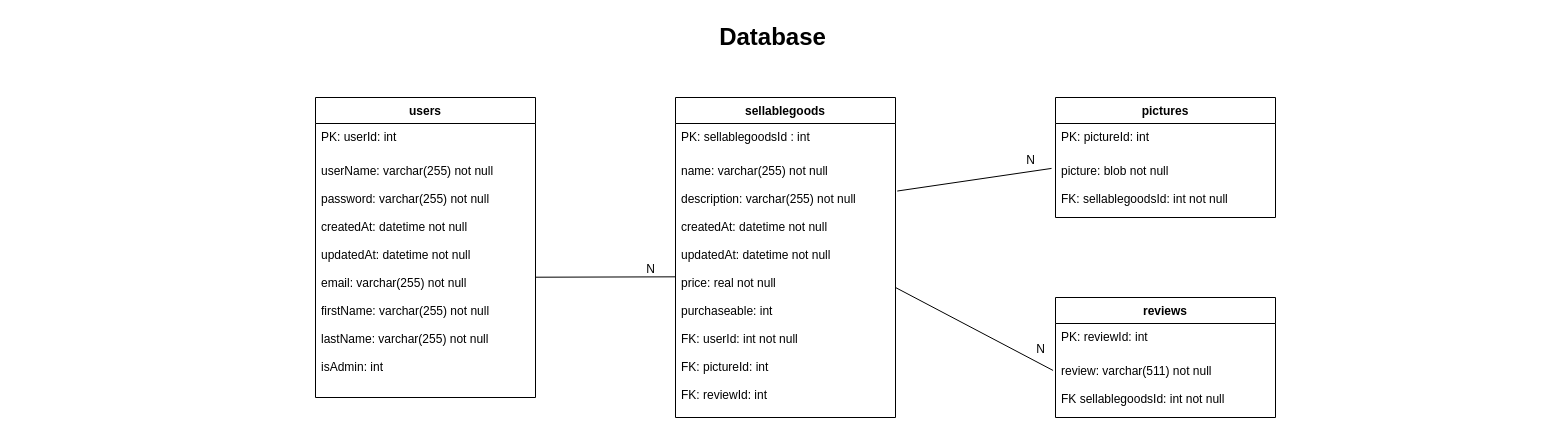
scg-unibe-ch/ese2020-team5 keeps this draw.io diagram as documentation/Database.drawio. Above is the earlier version. Source tidied: cells renumbered, new cells numbered last; positions are measured from the earlier drawing's top-left corner, leaving out a move shared by most shapes. Both pictures are drawn from the tidied source at 100%, with x=0, y=0 at pixel (17, 17).
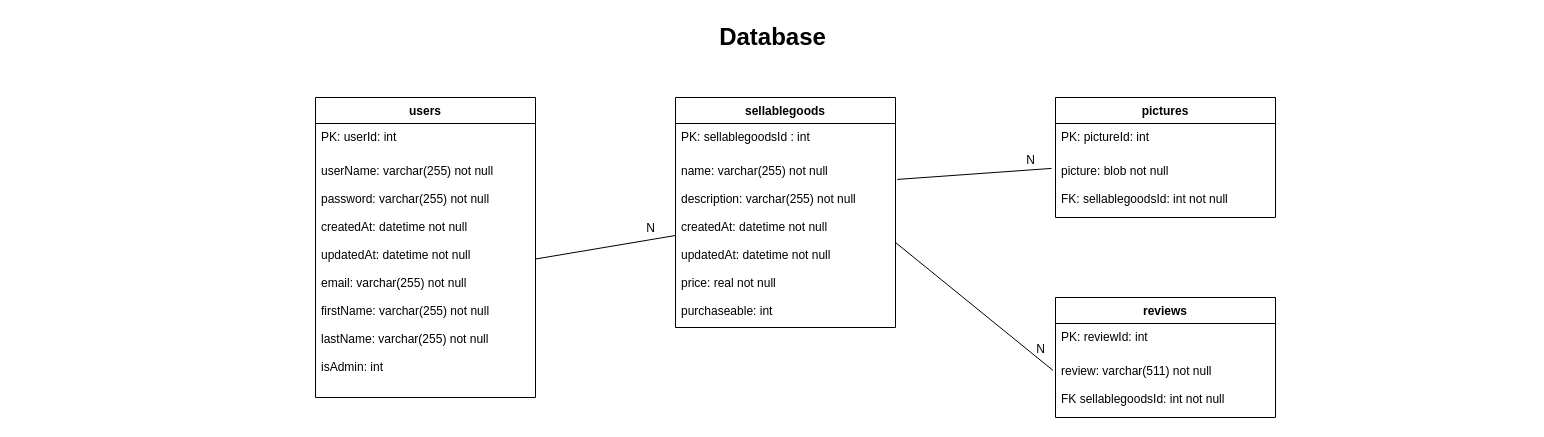
The same page after the edit.

What changed in the source:
```diff
@@
     <mxCell id="5" value="sellablegoods" style="swimlane;fontStyle=1;horizontal=1;startSize=26;fillColor=none;" parent="1" vertex="1">
-      <mxGeometry x="658" y="80" width="220" height="320" as="geometry" />
+      <mxGeometry x="658" y="80" width="220" height="230" as="geometry" />
     </mxCell>
@@
-    <mxCell id="7" value="name: varchar(255) not null&#10;&#10;description: varchar(255) not null&#10;&#10;createdAt: datetime not null&#10;&#10;updatedAt: datetime not null&#10;&#10;price: real not null&#10;&#10;purchaseable: int&#10;&#10;FK: userId: int not null&#10;&#10;FK: pictureId: int &#10;&#10;FK: reviewId: int" style="text;strokeColor=none;fillColor=none;align=left;verticalAlign=top;spacingLeft=4;spacingRight=4;overflow=hidden;points=[[0,0.5],[1,0.5]];portConstraint=eastwest;spacingTop=0;fontSize=12;" parent="5" vertex="1">
-      <mxGeometry y="60" width="220" height="260" as="geometry" />
+    <mxCell id="7" value="name: varchar(255) not null&#10;&#10;description: varchar(255) not null&#10;&#10;createdAt: datetime not null&#10;&#10;updatedAt: datetime not null&#10;&#10;price: real not null&#10;&#10;purchaseable: int&#10;" style="text;strokeColor=none;fillColor=none;align=left;verticalAlign=top;spacingLeft=4;spacingRight=4;overflow=hidden;points=[[0,0.5],[1,0.5]];portConstraint=eastwest;spacingTop=0;fontSize=12;" parent="5" vertex="1">
+      <mxGeometry y="60" width="220" height="170" as="geometry" />
     </mxCell>
```
